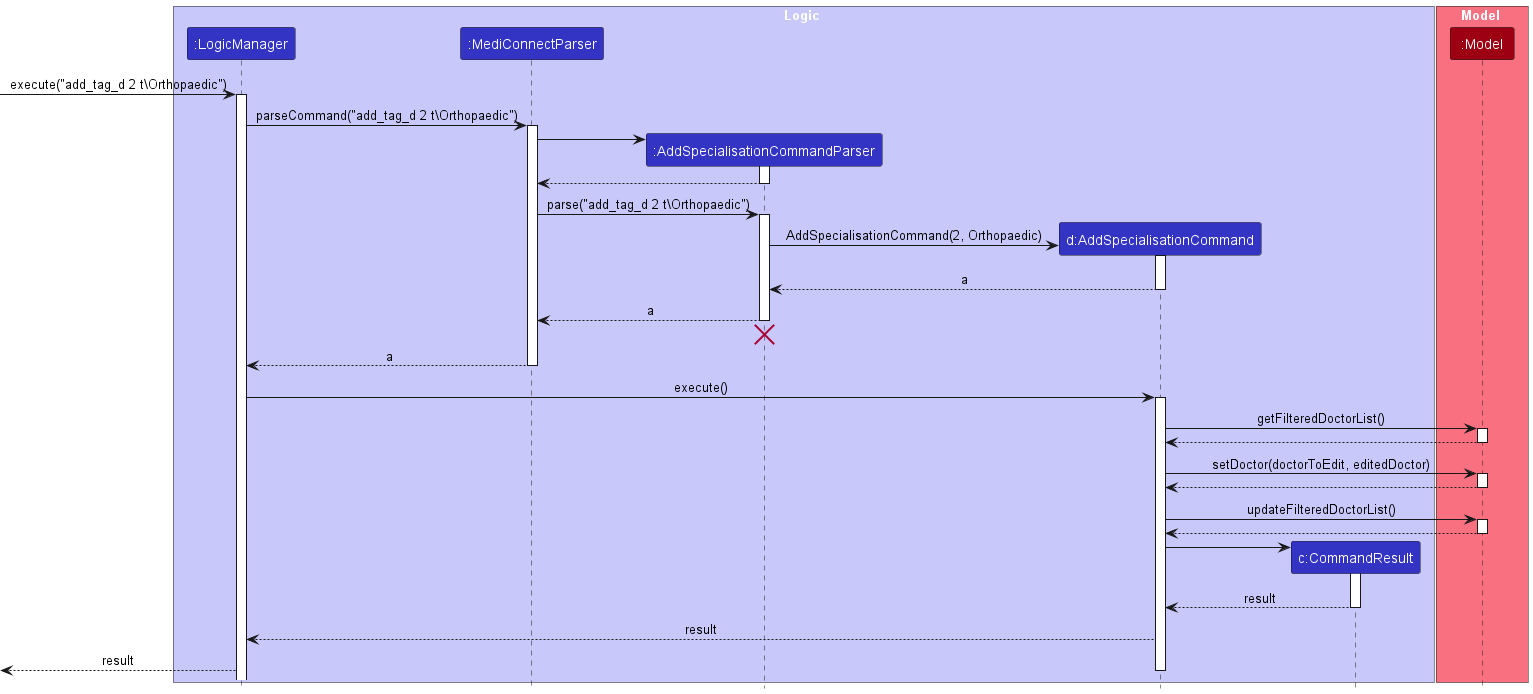
Above: docs/images/AddSpecialisationSequenceDiagram.png in yanghengtang/tp (PlantUML), before the change.
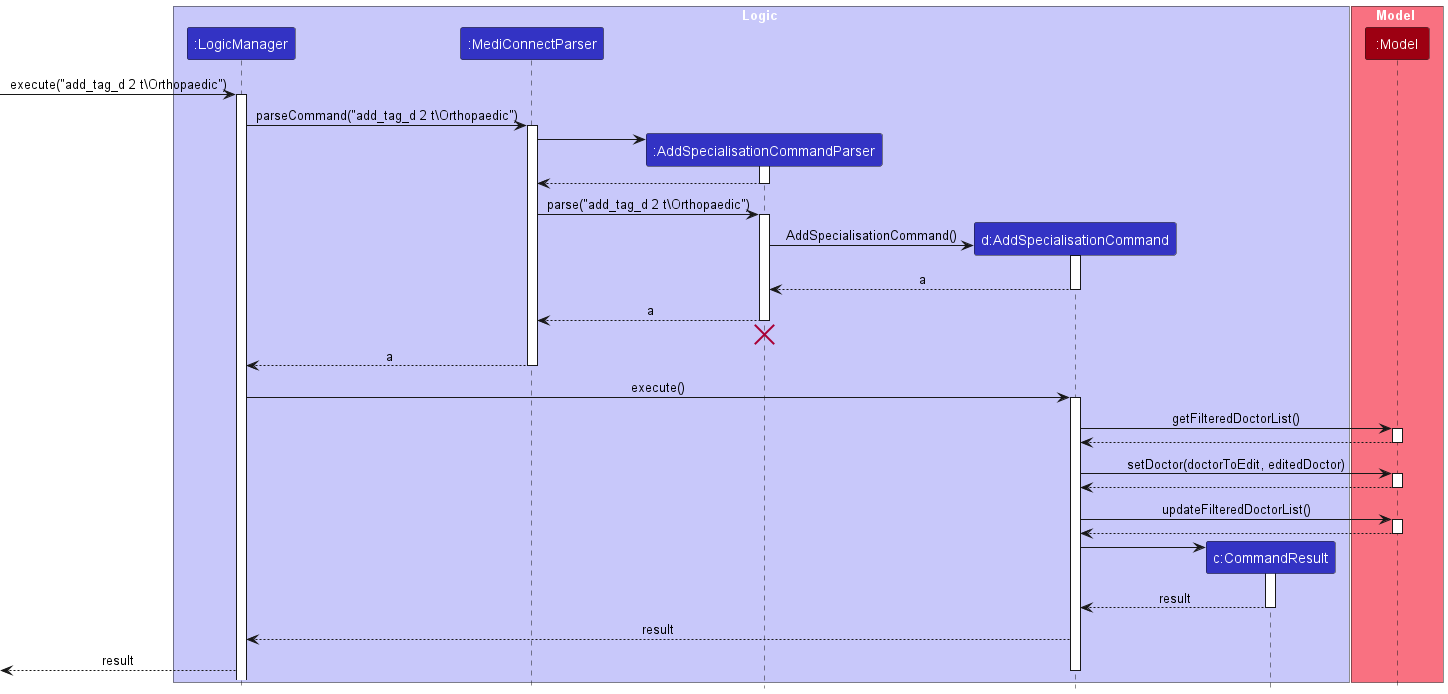
After the change.

Commit message:
Fix Add/Delete Specialisation Diagram

Diff of the diagram source:
```diff
@@ -32,7 +32,7 @@
 
 
 create AddSpecialisationCommand
-AddSpecialisationCommandParser -> AddSpecialisationCommand : AddSpecialisationCommand(2, Orthopaedic)
+AddSpecialisationCommandParser -> AddSpecialisationCommand : AddSpecialisationCommand()
 activate AddSpecialisationCommand
 
 AddSpecialisationCommand --> AddSpecialisationCommandParser : a
```
